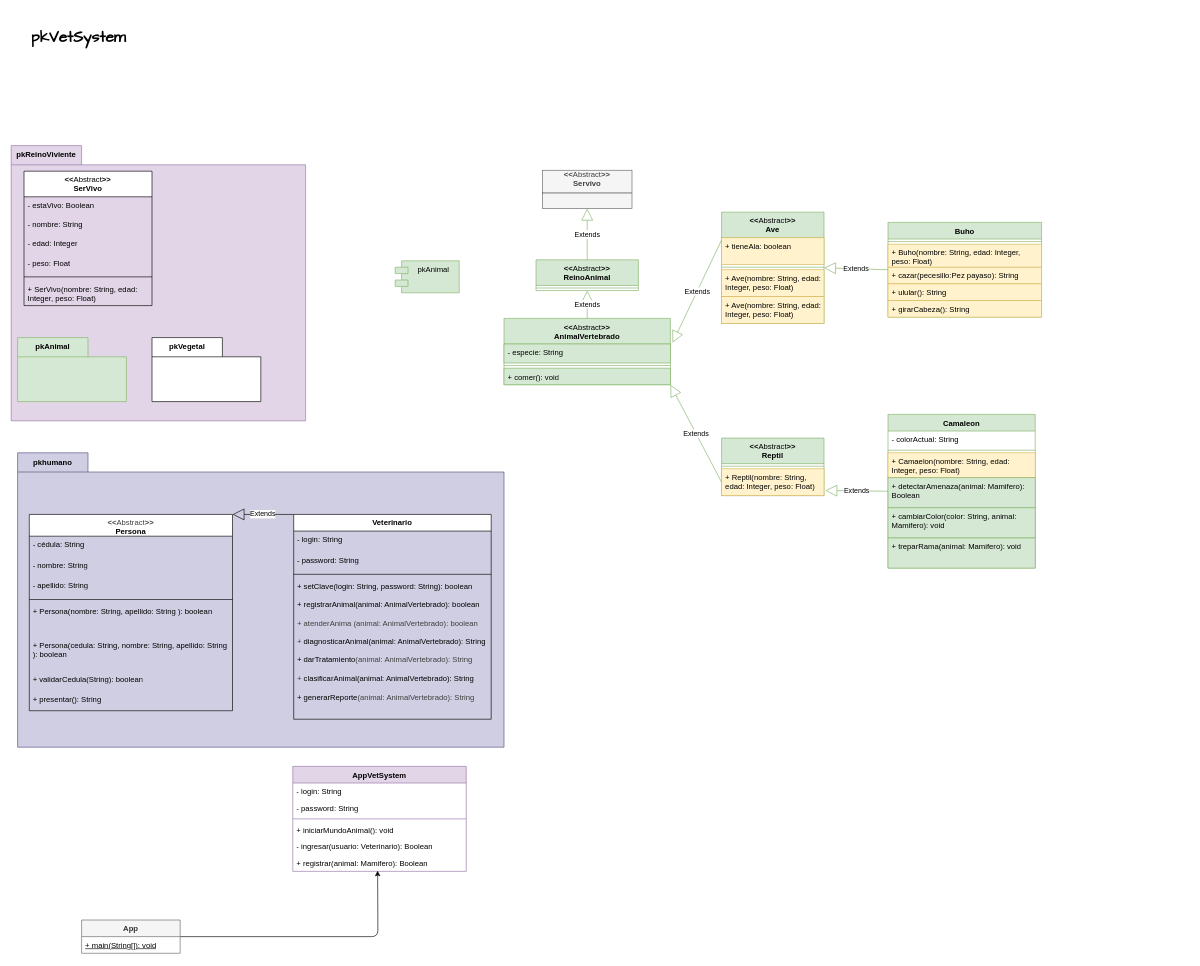
Ariana0-0/g1_ReinoAnimal keeps this draw.io diagram as g1_ReinoAnimal/design/01ClassDiagram.drawio. Above is the earlier version. Source tidied: cells renumbered, new cells numbered last; positions are measured from the earlier drawing's top-left corner, leaving out a move shared by most shapes. Both pictures are drawn from the tidied source at 64%, with x=0, y=0 at pixel (11, 11).
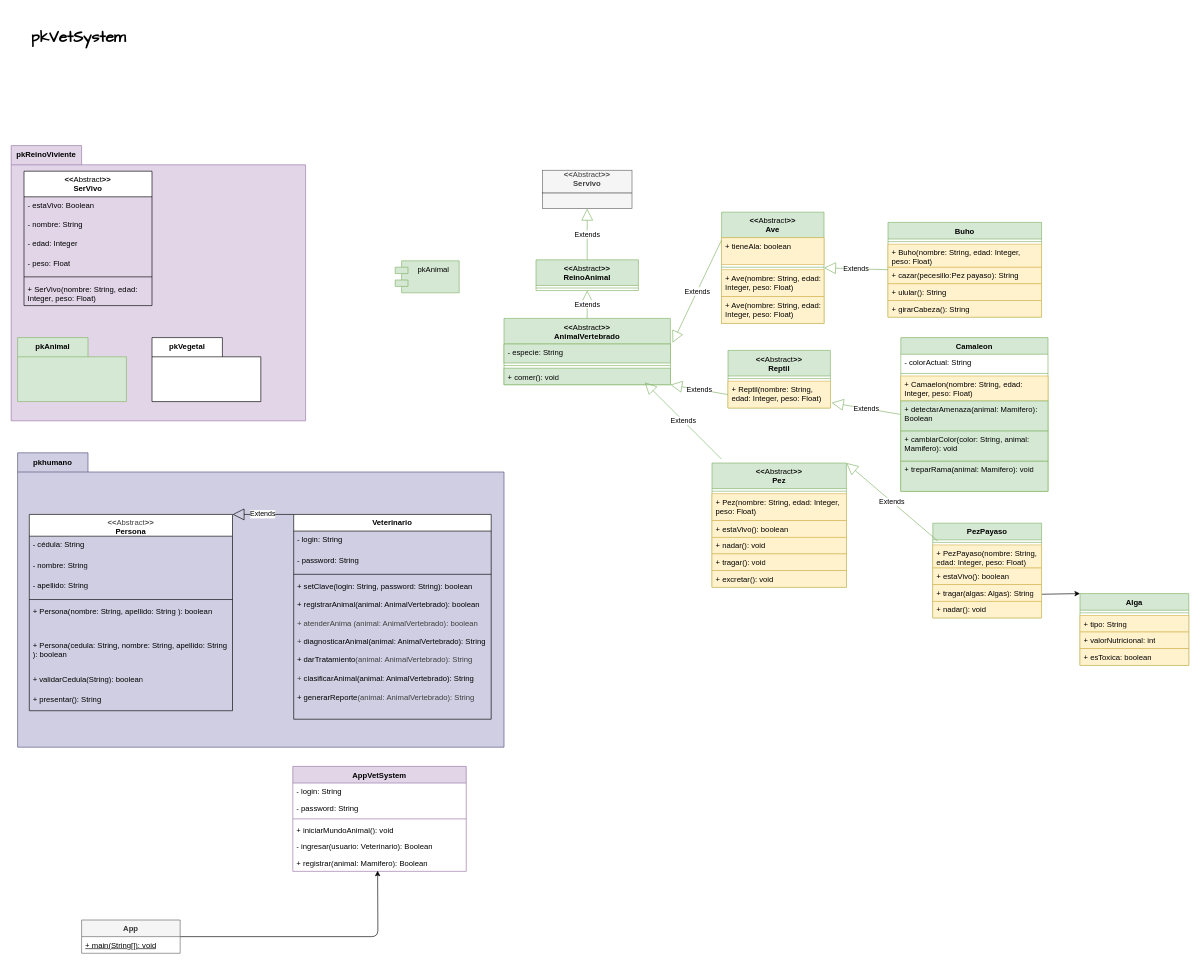
After the change.

The change refers to these unchanged cells:
```xml
<mxCell id="37" value="+ comer(): void" style="text;strokeColor=#82b366;fillColor=#d5e8d4;align=left;verticalAlign=top;spacingLeft=4;spacingRight=4;overflow=hidden;points=[[0,0.5],[1,0.5]];portConstraint=eastwest;whiteSpace=wrap;html=1;" parent="34" vertex="1">
  <mxGeometry y="77.7" width="260" height="26" as="geometry" />
</mxCell>
```

Change to the diagram source:
```diff
@@
     <mxCell id="57" value="&lt;div&gt;&amp;lt;&amp;lt;&lt;span style=&quot;font-weight: normal;&quot;&gt;Abstract&lt;/span&gt;&amp;gt;&amp;gt;&lt;/div&gt;&lt;div&gt;Reptil&lt;/div&gt;" style="swimlane;fontStyle=1;align=center;verticalAlign=top;horizontal=1;startSize=40;whiteSpace=wrap;html=1;fillColor=#d5e8d4;strokeColor=#82b366;" parent="1" vertex="1">
-      <mxGeometry x="1110" y="667" width="160" height="90" as="geometry" />
+      <mxGeometry x="1120" y="530" width="160" height="90" as="geometry" />
     </mxCell>
@@
     <mxCell id="60" value="&lt;div&gt;Camaleon&lt;/div&gt;" style="swimlane;fontStyle=1;align=center;verticalAlign=top;horizontal=1;startSize=26;whiteSpace=wrap;html=1;fillColor=#d5e8d4;strokeColor=#82b366;" parent="1" vertex="1">
-      <mxGeometry x="1370" y="630" width="230" height="240.1" as="geometry" />
+      <mxGeometry x="1390" y="510" width="230" height="240.1" as="geometry" />
     </mxCell>
@@
+    <mxCell id="79" value="&lt;div&gt;&amp;lt;&amp;lt;&lt;span style=&quot;font-weight: normal;&quot;&gt;Abstract&lt;/span&gt;&amp;gt;&amp;gt;&lt;/div&gt;&lt;div&gt;Pez&lt;/div&gt;" style="swimlane;fontStyle=1;align=center;verticalAlign=top;horizontal=1;startSize=40;whiteSpace=wrap;html=1;fillColor=#d5e8d4;strokeColor=#82b366;" parent="1" vertex="1">
+      <mxGeometry x="1095" y="706" width="210" height="194" as="geometry" />
+    </mxCell>
+    <mxCell id="80" style="line;strokeWidth=1;fillColor=none;align=left;verticalAlign=middle;spacingTop=-1;spacingLeft=3;spacingRight=3;labelPosition=right;strokeColor=inherit;" parent="79" vertex="1">
+      <mxGeometry y="40" width="210" height="8" as="geometry" />
+    </mxCell>
+    <mxCell id="81" value="&lt;span style=&quot;color: rgb(0, 0, 0);&quot;&gt;+ Pez(n&lt;/span&gt;&lt;span style=&quot;scrollbar-color: rgb(226, 226, 226) rgb(251, 251, 251); color: rgb(0, 0, 0);&quot;&gt;ombre: String, edad: Integer, peso: Float&lt;/span&gt;&lt;span style=&quot;color: rgb(0, 0, 0);&quot;&gt;)&lt;/span&gt;" style="text;strokeColor=#d6b656;fillColor=#fff2cc;align=left;verticalAlign=top;spacingLeft=4;spacingRight=4;overflow=hidden;whiteSpace=wrap;html=1;" parent="79" vertex="1">
+      <mxGeometry y="48" width="210" height="42" as="geometry" />
+    </mxCell>
+    <mxCell id="82" value="+ estaVivo(): boolean" style="text;strokeColor=#d6b656;fillColor=#fff2cc;align=left;verticalAlign=top;spacingLeft=4;spacingRight=4;overflow=hidden;whiteSpace=wrap;html=1;" parent="79" vertex="1">
+      <mxGeometry y="90" width="210" height="26" as="geometry" />
+    </mxCell>
+    <mxCell id="83" value="+ nadar(): void" style="text;strokeColor=#d6b656;fillColor=#fff2cc;align=left;verticalAlign=top;spacingLeft=4;spacingRight=4;overflow=hidden;whiteSpace=wrap;html=1;" parent="79" vertex="1">
+      <mxGeometry y="116" width="210" height="26" as="geometry" />
+    </mxCell>
+    <mxCell id="84" value="+ tragar(): void" style="text;strokeColor=#d6b656;fillColor=#fff2cc;align=left;verticalAlign=top;spacingLeft=4;spacingRight=4;overflow=hidden;whiteSpace=wrap;html=1;" parent="79" vertex="1">
+      <mxGeometry y="142" width="210" height="26" as="geometry" />
+    </mxCell>
+    <mxCell id="85" value="+ excretar(): void" style="text;strokeColor=#d6b656;fillColor=#fff2cc;align=left;verticalAlign=top;spacingLeft=4;spacingRight=4;overflow=hidden;whiteSpace=wrap;html=1;" parent="79" vertex="1">
+      <mxGeometry y="168" width="210" height="26" as="geometry" />
+    </mxCell>
+    <mxCell id="86" style="edgeStyle=none;html=1;exitX=1;exitY=0.75;exitDx=0;exitDy=0;entryX=0;entryY=0;entryDx=0;entryDy=0;" parent="1" edge="1" source="87" target="93">
+      <mxGeometry relative="1" as="geometry" />
+    </mxCell>
+    <mxCell id="87" value="&lt;div&gt;PezPayaso&lt;/div&gt;" style="swimlane;fontStyle=1;align=center;verticalAlign=top;horizontal=1;startSize=26;whiteSpace=wrap;html=1;fillColor=#d5e8d4;strokeColor=#82b366;" parent="1" vertex="1">
+      <mxGeometry x="1440" y="800" width="170" height="148" as="geometry" />
+    </mxCell>
+    <mxCell id="88" style="line;strokeWidth=1;fillColor=none;align=left;verticalAlign=middle;spacingTop=-1;spacingLeft=3;spacingRight=3;labelPosition=right;strokeColor=inherit;" parent="87" vertex="1">
+      <mxGeometry y="26" width="170" height="8" as="geometry" />
+    </mxCell>
+    <mxCell id="89" value="&lt;span style=&quot;scrollbar-color: rgb(226, 226, 226) rgb(251, 251, 251); color: rgb(0, 0, 0);&quot;&gt;+ PezPayaso(n&lt;/span&gt;&lt;span style=&quot;scrollbar-color: rgb(226, 226, 226) rgb(251, 251, 251); color: rgb(0, 0, 0);&quot;&gt;ombre: String, edad: Integer, peso: Float&lt;/span&gt;&lt;span style=&quot;scrollbar-color: rgb(226, 226, 226) rgb(251, 251, 251); color: rgb(0, 0, 0);&quot;&gt;)&lt;/span&gt;" style="text;strokeColor=#d6b656;fillColor=#fff2cc;align=left;verticalAlign=top;spacingLeft=4;spacingRight=4;overflow=hidden;whiteSpace=wrap;html=1;" parent="87" vertex="1">
+      <mxGeometry y="34" width="170" height="36" as="geometry" />
+    </mxCell>
+    <mxCell id="90" value="+ estaVivo(): boolean" style="text;strokeColor=#d6b656;fillColor=#fff2cc;align=left;verticalAlign=top;spacingLeft=4;spacingRight=4;overflow=hidden;whiteSpace=wrap;html=1;" parent="87" vertex="1">
+      <mxGeometry y="70" width="170" height="26" as="geometry" />
+    </mxCell>
+    <mxCell id="91" value="+ tragar(algas: Algas): String" style="text;strokeColor=#d6b656;fillColor=#fff2cc;align=left;verticalAlign=top;spacingLeft=4;spacingRight=4;overflow=hidden;whiteSpace=wrap;html=1;" parent="87" vertex="1">
+      <mxGeometry y="96" width="170" height="26" as="geometry" />
+    </mxCell>
+    <mxCell id="92" value="+ nadar(): void" style="text;strokeColor=#d6b656;fillColor=#fff2cc;align=left;verticalAlign=top;spacingLeft=4;spacingRight=4;overflow=hidden;whiteSpace=wrap;html=1;" parent="87" vertex="1">
+      <mxGeometry y="122" width="170" height="26" as="geometry" />
+    </mxCell>
+    <mxCell id="93" value="&lt;div&gt;Alga&lt;/div&gt;" style="swimlane;fontStyle=1;align=center;verticalAlign=top;horizontal=1;startSize=26;whiteSpace=wrap;html=1;fillColor=#d5e8d4;strokeColor=#82b366;" parent="1" vertex="1">
+      <mxGeometry x="1670" y="910" width="170" height="112" as="geometry" />
+    </mxCell>
+    <mxCell id="94" style="line;strokeWidth=1;fillColor=none;align=left;verticalAlign=middle;spacingTop=-1;spacingLeft=3;spacingRight=3;labelPosition=right;strokeColor=inherit;" parent="93" vertex="1">
+      <mxGeometry y="26" width="170" height="8" as="geometry" />
+    </mxCell>
+    <mxCell id="95" value="+ tipo: String" style="text;strokeColor=#d6b656;fillColor=#fff2cc;align=left;verticalAlign=top;spacingLeft=4;spacingRight=4;overflow=hidden;whiteSpace=wrap;html=1;" parent="93" vertex="1">
+      <mxGeometry y="34" width="170" height="26" as="geometry" />
+    </mxCell>
+    <mxCell id="96" value="+ valorNutricional: int" style="text;strokeColor=#d6b656;fillColor=#fff2cc;align=left;verticalAlign=top;spacingLeft=4;spacingRight=4;overflow=hidden;whiteSpace=wrap;html=1;" parent="93" vertex="1">
+      <mxGeometry y="60" width="170" height="26" as="geometry" />
+    </mxCell>
+    <mxCell id="97" value="+ esToxica: boolean" style="text;strokeColor=#d6b656;fillColor=#fff2cc;align=left;verticalAlign=top;spacingLeft=4;spacingRight=4;overflow=hidden;whiteSpace=wrap;html=1;" parent="93" vertex="1">
+      <mxGeometry y="86" width="170" height="26" as="geometry" />
+    </mxCell>
+    <mxCell id="98" value="Extends" style="endArrow=block;endSize=16;endFill=0;html=1;entryX=1;entryY=0;entryDx=0;entryDy=0;exitX=0;exitY=0.5;exitDx=0;exitDy=0;fillColor=#d5e8d4;strokeColor=#82b366;" parent="1" edge="1" target="79">
+      <mxGeometry relative="1" as="geometry">
+        <mxPoint x="1448" y="828" as="sourcePoint" />
+      </mxGeometry>
+    </mxCell>
+    <mxCell id="99" value="Extends" style="endArrow=block;endSize=16;endFill=0;html=1;entryX=0.846;entryY=0.856;entryDx=0;entryDy=0;fillColor=#d5e8d4;strokeColor=#82b366;entryPerimeter=0;" parent="1" edge="1" target="37">
+      <mxGeometry relative="1" as="geometry">
+        <mxPoint x="1110" y="700" as="sourcePoint" />
+      </mxGeometry>
+    </mxCell>
```
